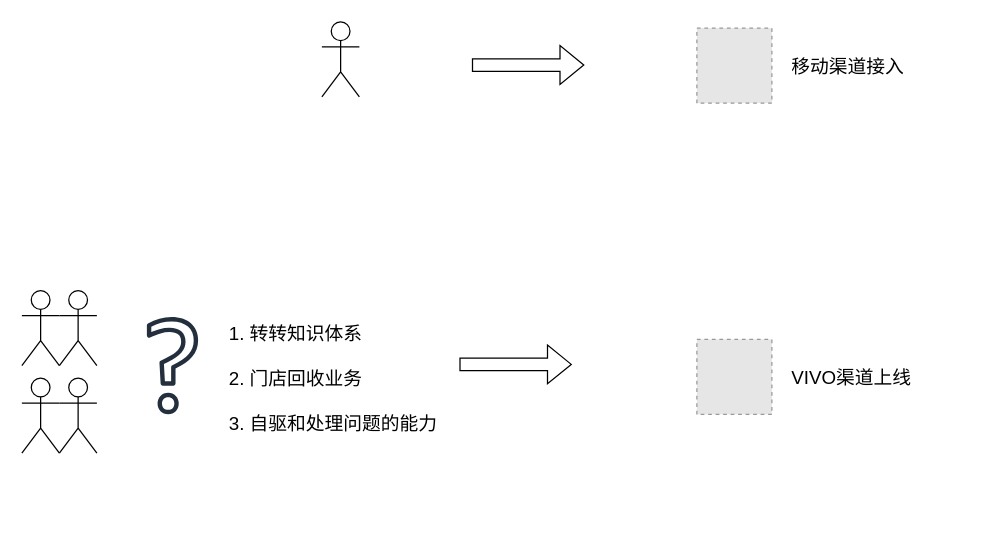
Above: 未命名绘图.drawio in b1208312635/tutorials (draw.io), before the change. Source tidied: cells renumbered, new cells numbered last; positions are measured from the earlier drawing's top-left corner, leaving out a move shared by most shapes. Both pictures are drawn from the tidied source at 125%, with x=0, y=0 at pixel (21, 21). Pictures stored in the file or linked from it are replaced by grey dashed boxes.
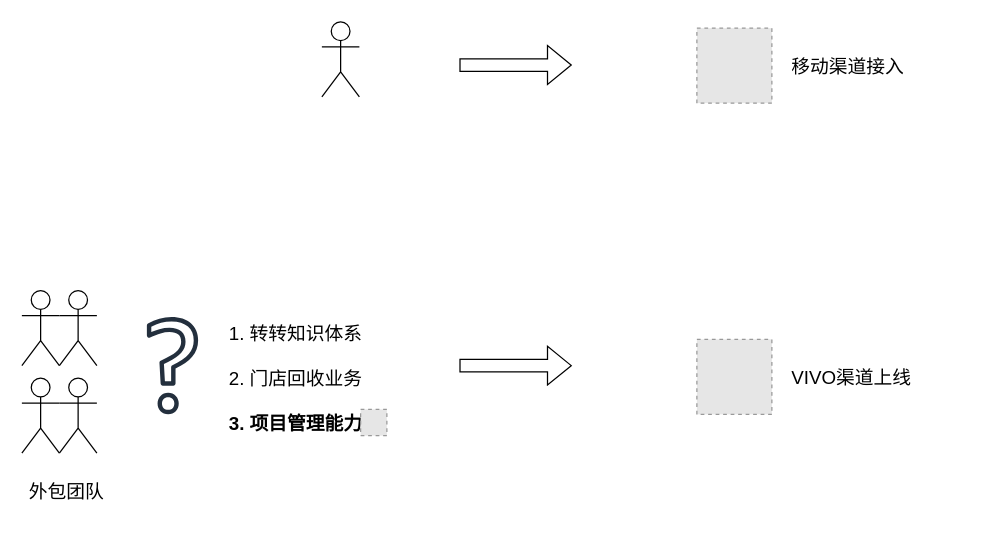
Above is the later version.

Commit message:
更新未命名绘图.drawio

Diff of the diagram source:
```diff
@@
 <mxGraphModel>
   <root>
     <mxCell id="0" />
     <mxCell id="1" parent="0" />
     <mxCell id="2" style="shape=umlActor;verticalLabelPosition=bottom;verticalAlign=top;html=1;fontSize=15;" parent="1" vertex="1">
       <mxGeometry x="240" width="30" height="60" as="geometry" />
     </mxCell>
     <mxCell id="3" style="shape=flexArrow;endArrow=classic;html=1;rounded=0;fontSize=15;" parent="1" edge="1">
       <mxGeometry relative="1" as="geometry">
-        <mxPoint x="360" y="34.5" as="sourcePoint" />
-        <mxPoint x="450" y="34.5" as="targetPoint" />
+        <mxPoint x="350" y="34.5" as="sourcePoint" />
+        <mxPoint x="440" y="34.5" as="targetPoint" />
       </mxGeometry>
     </mxCell>
     <mxCell id="4" style="fillColor=#E6E6E6;strokeColor=#999999;dashed=1;html=1;verticalAlign=top;verticalLabelPosition=bottom;labelBackgroundColor=#ffffff;fontSize=15;" parent="1" vertex="1">
       <mxGeometry x="540" y="5" width="60" height="60" as="geometry" />
     </mxCell>
     <mxCell id="5" value="移动渠道接入" style="text;strokeColor=none;fillColor=none;align=left;verticalAlign=middle;spacingLeft=4;spacingRight=4;overflow=hidden;whiteSpace=wrap;html=1;fontSize=15;" parent="1" vertex="1">
       <mxGeometry x="610" y="15" width="150" height="40" as="geometry" />
     </mxCell>
     <mxCell id="6" style="shape=umlActor;verticalLabelPosition=bottom;verticalAlign=top;html=1;fontSize=15;" parent="1" vertex="1">
       <mxGeometry x="30" y="215" width="30" height="60" as="geometry" />
     </mxCell>
     <mxCell id="7" style="shape=flexArrow;endArrow=classic;html=1;rounded=0;fontSize=15;" parent="1" edge="1">
       <mxGeometry relative="1" as="geometry">
-        <mxPoint x="350" y="274" as="sourcePoint" />
-        <mxPoint x="440" y="274" as="targetPoint" />
+        <mxPoint x="350" y="275" as="sourcePoint" />
+        <mxPoint x="440" y="275" as="targetPoint" />
       </mxGeometry>
     </mxCell>
     <mxCell id="8" style="fillColor=#E6E6E6;strokeColor=#999999;dashed=1;html=1;verticalAlign=top;verticalLabelPosition=bottom;labelBackgroundColor=#ffffff;fontSize=15;" parent="1" vertex="1">
       <mxGeometry x="540" y="254" width="60" height="60" as="geometry" />
     </mxCell>
     <mxCell id="9" value="VIVO渠道上线" style="text;strokeColor=none;fillColor=none;align=left;verticalAlign=middle;spacingLeft=4;spacingRight=4;overflow=hidden;whiteSpace=wrap;html=1;fontSize=15;" parent="1" vertex="1">
       <mxGeometry x="610" y="264" width="150" height="40" as="geometry" />
     </mxCell>
     <mxCell id="10" style="shape=umlActor;verticalLabelPosition=bottom;verticalAlign=top;html=1;fontSize=15;" parent="1" vertex="1">
       <mxGeometry y="215" width="30" height="60" as="geometry" />
     </mxCell>
     <mxCell id="11" style="shape=umlActor;verticalLabelPosition=bottom;verticalAlign=top;html=1;fontSize=15;" parent="1" vertex="1">
       <mxGeometry x="30" y="285" width="30" height="60" as="geometry" />
     </mxCell>
     <mxCell id="12" style="shape=umlActor;verticalLabelPosition=bottom;verticalAlign=top;html=1;fontSize=15;" parent="1" vertex="1">
       <mxGeometry y="285" width="30" height="60" as="geometry" />
     </mxCell>
     <mxCell id="13" style="sketch=0;fontColor=#232F3E;gradientColor=none;fillColor=#232F3D;strokeColor=none;dashed=0;verticalLabelPosition=bottom;verticalAlign=top;align=center;html=1;fontSize=15;fontStyle=0;shape=mxgraph.aws4.question;" parent="1" vertex="1">
       <mxGeometry x="100" y="236" width="41" height="78" as="geometry" />
     </mxCell>
-    <mxCell id="14" value="1. 转转知识体系&lt;div&gt;&lt;br&gt;&lt;div&gt;2. 门店回收业务&lt;/div&gt;&lt;div&gt;&lt;br&gt;&lt;/div&gt;&lt;div&gt;3. 自驱和处理问题的能力&lt;/div&gt;&lt;/div&gt;" style="text;strokeColor=none;fillColor=none;align=left;verticalAlign=middle;spacingLeft=4;spacingRight=4;overflow=hidden;whiteSpace=wrap;html=1;fontSize=15;" parent="1" vertex="1">
+    <mxCell id="14" value="1. 转转知识体系&lt;div&gt;&lt;br&gt;&lt;div&gt;2. 门店回收业务&lt;/div&gt;&lt;div&gt;&lt;br&gt;&lt;/div&gt;&lt;div&gt;&lt;b&gt;3. 项目管理能力&lt;/b&gt;&lt;/div&gt;&lt;/div&gt;" style="text;strokeColor=none;fillColor=none;align=left;verticalAlign=middle;spacingLeft=4;spacingRight=4;overflow=hidden;whiteSpace=wrap;html=1;fontSize=15;" parent="1" vertex="1">
       <mxGeometry x="160" y="215" width="190" height="140" as="geometry" />
     </mxCell>
+    <mxCell id="15" value="外包团队" style="text;strokeColor=none;fillColor=none;align=left;verticalAlign=middle;spacingLeft=4;spacingRight=4;overflow=hidden;whiteSpace=wrap;html=1;fontSize=15;" parent="1" vertex="1">
+      <mxGeometry y="355" width="150" height="40" as="geometry" />
+    </mxCell>
+    <mxCell id="16" style="fillColor=#E6E6E6;strokeColor=#999999;dashed=1;html=1;verticalAlign=top;verticalLabelPosition=bottom;labelBackgroundColor=#ffffff;" parent="1" vertex="1">
+      <mxGeometry x="271" y="310" width="21" height="21" as="geometry" />
+    </mxCell>
   </root>
 </mxGraphModel>
```
